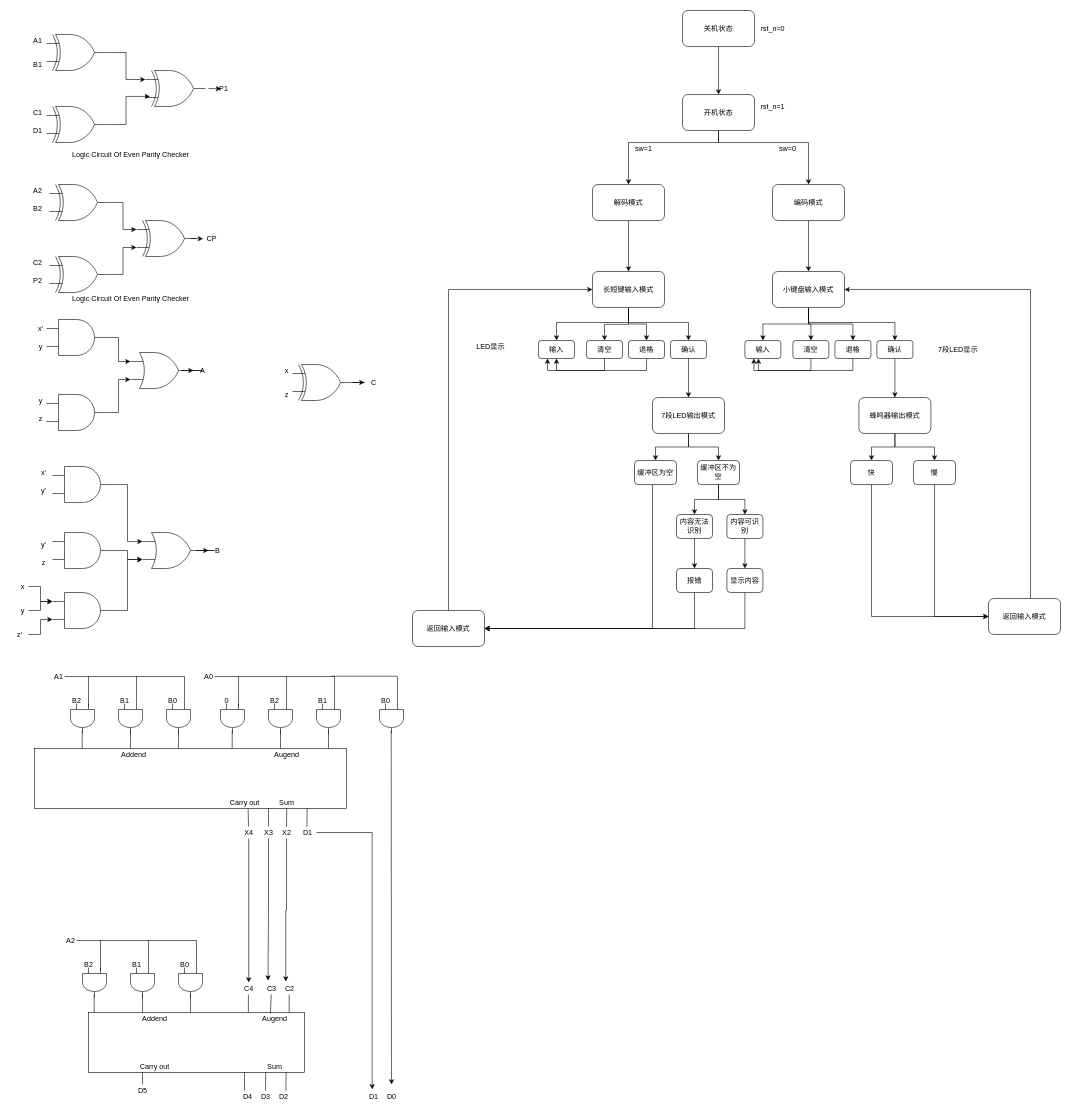
This is Untitled Diagram.drawio from Dexter-Huang/-demo, a draw.io file, before an edit. Source tidied: cells renumbered, new cells numbered last; positions are measured from the earlier drawing's top-left corner, leaving out a move shared by most shapes. Both pictures are drawn from the tidied source at 60%, with x=0, y=0 at pixel (10, 10).
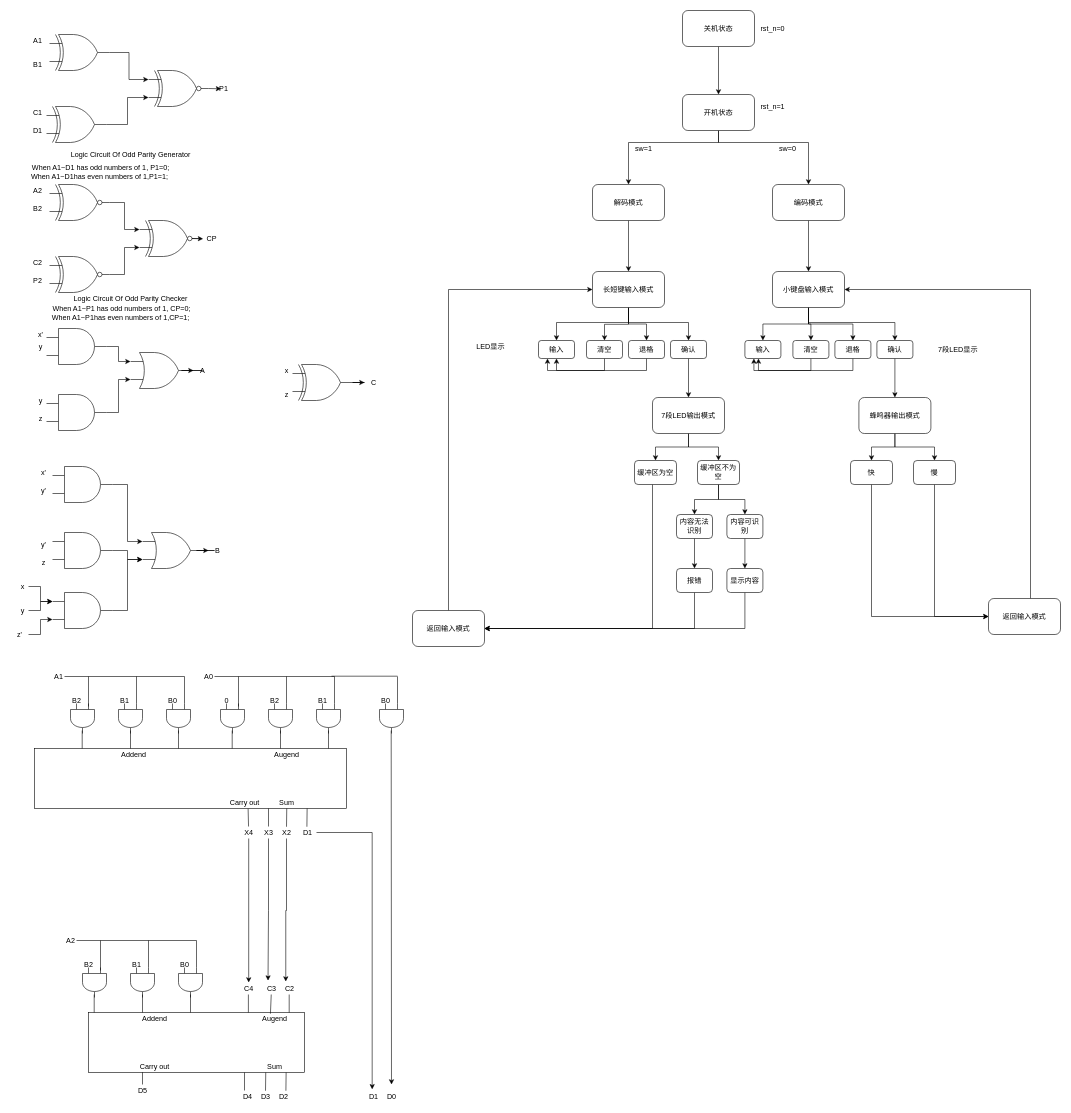
The same diagram, later.

Diff of the diagram source:
```diff
@@
     <mxCell id="81" style="verticalLabelPosition=bottom;shadow=0;dashed=0;align=center;html=1;verticalAlign=top;shape=mxgraph.electrical.logic_gates.logic_gate;operation=and;" parent="1" vertex="1">
-      <mxGeometry x="60" y="515" width="100" height="60" as="geometry" />
+      <mxGeometry x="60" y="530" width="100" height="60" as="geometry" />
     </mxCell>
@@
     <mxCell id="86" value="x'" style="text;html=1;align=center;verticalAlign=middle;strokeColor=none;fillColor=none;" parent="1" vertex="1">
-      <mxGeometry x="35" y="520" width="30" height="20" as="geometry" />
+      <mxGeometry x="35" y="530" width="30" height="20" as="geometry" />
     </mxCell>
@@
-    <mxCell id="200" style="edgeStyle=orthogonalEdgeStyle;rounded=0;jettySize=auto;html=1;entryX=0;entryY=0.25;entryDx=0;entryDy=0;entryPerimeter=0;" parent="1" edge="1" source="201" target="204">
-      <mxGeometry relative="1" as="geometry" />
-    </mxCell>
-    <mxCell id="201" style="verticalLabelPosition=bottom;shadow=0;dashed=0;align=center;html=1;verticalAlign=top;shape=mxgraph.electrical.logic_gates.logic_gate;operation=xor;" parent="1" vertex="1">
-      <mxGeometry x="60" y="40" width="100" height="60" as="geometry" />
-    </mxCell>
-    <mxCell id="202" style="edgeStyle=orthogonalEdgeStyle;rounded=0;jettySize=auto;html=1;entryX=0.074;entryY=0.72;entryDx=0;entryDy=0;entryPerimeter=0;" parent="1" edge="1" source="203" target="204">
-      <mxGeometry relative="1" as="geometry" />
-    </mxCell>
-    <mxCell id="203" style="verticalLabelPosition=bottom;shadow=0;dashed=0;align=center;html=1;verticalAlign=top;shape=mxgraph.electrical.logic_gates.logic_gate;operation=xor;" parent="1" vertex="1">
-      <mxGeometry x="60" y="160" width="100" height="60" as="geometry" />
-    </mxCell>
-    <mxCell id="204" style="verticalLabelPosition=bottom;shadow=0;dashed=0;align=center;html=1;verticalAlign=top;shape=mxgraph.electrical.logic_gates.logic_gate;operation=xor;" parent="1" vertex="1">
-      <mxGeometry x="225" y="100" width="100" height="60" as="geometry" />
-    </mxCell>
-    <mxCell id="205" style="edgeStyle=orthogonalEdgeStyle;rounded=0;jettySize=auto;html=1;entryX=0;entryY=0.25;entryDx=0;entryDy=0;entryPerimeter=0;" parent="1" edge="1" source="206" target="209">
-      <mxGeometry relative="1" as="geometry" />
-    </mxCell>
-    <mxCell id="206" style="verticalLabelPosition=bottom;shadow=0;dashed=0;align=center;html=1;verticalAlign=top;shape=mxgraph.electrical.logic_gates.logic_gate;operation=xor;" parent="1" vertex="1">
-      <mxGeometry x="65" y="290" width="100" height="60" as="geometry" />
-    </mxCell>
-    <mxCell id="207" style="edgeStyle=orthogonalEdgeStyle;rounded=0;jettySize=auto;html=1;entryX=0;entryY=0.75;entryDx=0;entryDy=0;entryPerimeter=0;" parent="1" edge="1" source="208" target="209">
-      <mxGeometry relative="1" as="geometry" />
-    </mxCell>
-    <mxCell id="208" style="verticalLabelPosition=bottom;shadow=0;dashed=0;align=center;html=1;verticalAlign=top;shape=mxgraph.electrical.logic_gates.logic_gate;operation=xor;" parent="1" vertex="1">
-      <mxGeometry x="65" y="410" width="100" height="60" as="geometry" />
-    </mxCell>
-    <mxCell id="209" style="verticalLabelPosition=bottom;shadow=0;dashed=0;align=center;html=1;verticalAlign=top;shape=mxgraph.electrical.logic_gates.logic_gate;operation=xor;" parent="1" vertex="1">
-      <mxGeometry x="210" y="350" width="100" height="60" as="geometry" />
-    </mxCell>
-    <mxCell id="210" value="Logic Circuit Of Even Parity Checker" style="text;html=1;align=center;verticalAlign=middle;strokeColor=none;fillColor=none;" parent="1" vertex="1">
+    <mxCell id="210" value="Logic Circuit Of Odd Parity Checker" style="text;html=1;align=center;verticalAlign=middle;strokeColor=none;fillColor=none;" parent="1" vertex="1">
       <mxGeometry x="80" y="470" width="240" height="20" as="geometry" />
     </mxCell>
-    <mxCell id="211" value="Logic Circuit Of Even Parity Checker" style="text;html=1;align=center;verticalAlign=middle;strokeColor=none;fillColor=none;" parent="1" vertex="1">
-      <mxGeometry x="80" y="230" width="240" height="20" as="geometry" />
+    <mxCell id="211" value="Logic Circuit Of Odd Parity Generator" style="text;html=1;align=center;verticalAlign=middle;strokeColor=none;fillColor=none;" parent="1" vertex="1">
+      <mxGeometry x="75" y="230" width="250" height="20" as="geometry" />
     </mxCell>
+    <mxCell id="212" style="edgeStyle=orthogonalEdgeStyle;rounded=0;jettySize=auto;html=1;entryX=0;entryY=0.25;entryDx=0;entryDy=0;entryPerimeter=0;" parent="1" edge="1" source="213" target="216">
+      <mxGeometry relative="1" as="geometry" />
+    </mxCell>
+    <mxCell id="213" style="verticalLabelPosition=bottom;shadow=0;dashed=0;align=center;html=1;verticalAlign=top;shape=mxgraph.electrical.logic_gates.logic_gate;operation=xor;negating=1;negSize=0.15;" parent="1" vertex="1">
+      <mxGeometry x="65" y="290" width="100" height="60" as="geometry" />
+    </mxCell>
+    <mxCell id="214" style="edgeStyle=orthogonalEdgeStyle;rounded=0;jettySize=auto;html=1;entryX=0;entryY=0.75;entryDx=0;entryDy=0;entryPerimeter=0;" parent="1" edge="1" source="215" target="216">
+      <mxGeometry relative="1" as="geometry" />
+    </mxCell>
+    <mxCell id="215" style="verticalLabelPosition=bottom;shadow=0;dashed=0;align=center;html=1;verticalAlign=top;shape=mxgraph.electrical.logic_gates.logic_gate;operation=xor;negating=1;negSize=0.15;" parent="1" vertex="1">
+      <mxGeometry x="65" y="410" width="100" height="60" as="geometry" />
+    </mxCell>
+    <mxCell id="216" style="verticalLabelPosition=bottom;shadow=0;dashed=0;align=center;html=1;verticalAlign=top;shape=mxgraph.electrical.logic_gates.logic_gate;operation=xor;negating=1;negSize=0.15;" parent="1" vertex="1">
+      <mxGeometry x="215" y="350" width="100" height="60" as="geometry" />
+    </mxCell>
+    <mxCell id="217" value="When A1~D1 has odd numbers of 1, P1=0;&lt;br&gt;When A1~D1has even numbers of 1,P1=1;&amp;nbsp;" style="text;html=1;align=center;verticalAlign=middle;strokeColor=none;fillColor=none;" parent="1" vertex="1">
+      <mxGeometry x="5" y="255" width="290" height="30" as="geometry" />
+    </mxCell>
+    <mxCell id="218" style="edgeStyle=orthogonalEdgeStyle;rounded=0;jettySize=auto;html=1;entryX=0;entryY=0.25;entryDx=0;entryDy=0;entryPerimeter=0;" parent="1" edge="1" source="219" target="221">
+      <mxGeometry relative="1" as="geometry" />
+    </mxCell>
+    <mxCell id="219" style="verticalLabelPosition=bottom;shadow=0;dashed=0;align=center;html=1;verticalAlign=top;shape=mxgraph.electrical.logic_gates.logic_gate;operation=xor;" parent="1" vertex="1">
+      <mxGeometry x="65" y="40" width="100" height="60" as="geometry" />
+    </mxCell>
+    <mxCell id="220" style="edgeStyle=orthogonalEdgeStyle;rounded=0;jettySize=auto;html=1;entryX=0;entryY=0.75;entryDx=0;entryDy=0;entryPerimeter=0;" parent="1" edge="1" source="203" target="221">
+      <mxGeometry relative="1" as="geometry" />
+    </mxCell>
+    <mxCell id="203" style="verticalLabelPosition=bottom;shadow=0;dashed=0;align=center;html=1;verticalAlign=top;shape=mxgraph.electrical.logic_gates.logic_gate;operation=xor;" parent="1" vertex="1">
+      <mxGeometry x="60" y="160" width="100" height="60" as="geometry" />
+    </mxCell>
+    <mxCell id="221" style="verticalLabelPosition=bottom;shadow=0;dashed=0;align=center;html=1;verticalAlign=top;shape=mxgraph.electrical.logic_gates.logic_gate;operation=xor;negating=1;negSize=0.15;" parent="1" vertex="1">
+      <mxGeometry x="230" y="100" width="100" height="60" as="geometry" />
+    </mxCell>
+    <mxCell id="222" value="When A1~P1 has odd numbers of 1, CP=0;&lt;br&gt;When A1~P1has even numbers of 1,CP=1;&amp;nbsp;" style="text;html=1;align=center;verticalAlign=middle;strokeColor=none;fillColor=none;" parent="1" vertex="1">
+      <mxGeometry x="40" y="490" width="290" height="30" as="geometry" />
+    </mxCell>
```
